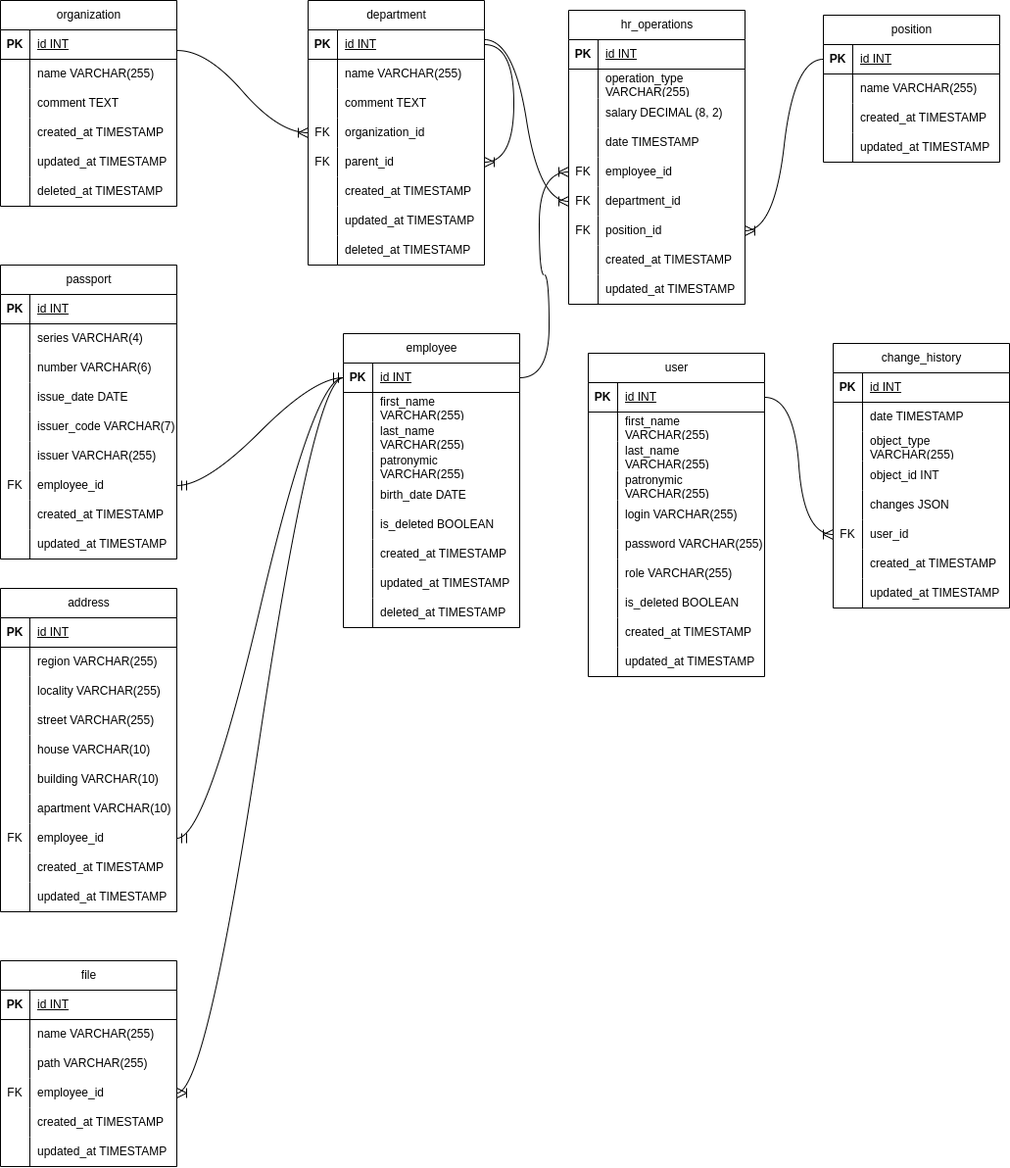
Above: docs/ERD.png in merkit5/areal-hr_ext-test (draw.io), before the change. Source tidied: cells renumbered, new cells last; positions are measured from the earlier drawing's top-left corner, leaving out a move shared by most shapes.
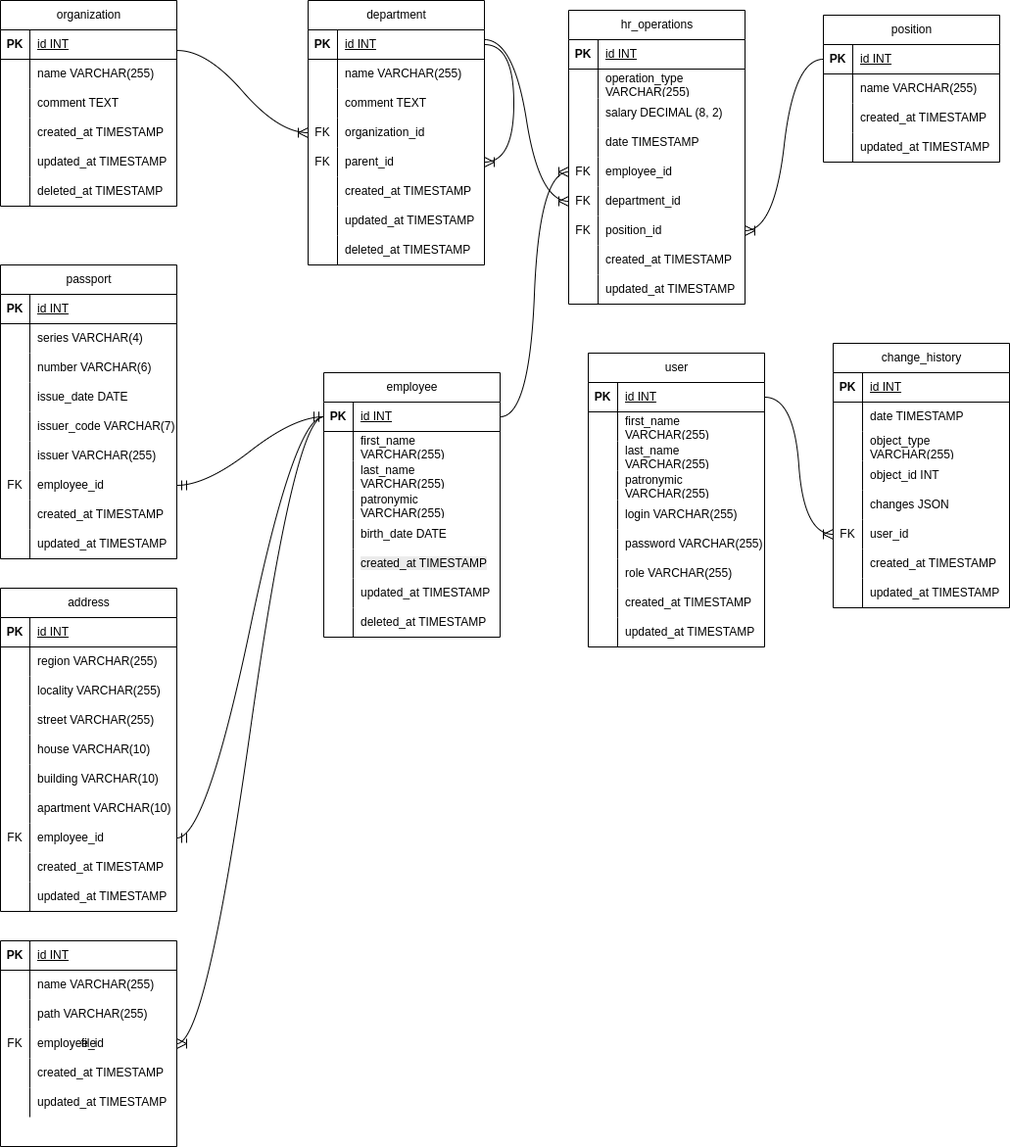
After the change.

The edit, as a diff of the source:
```diff
@@ -276,7 +276,7 @@
       <mxGeometry x="30" width="150" height="30" as="geometry" />
     </mxCell>
     <mxCell id="91" value="&lt;span style=&quot;font-weight: 400; text-wrap-mode: wrap;&quot;&gt;employee&lt;/span&gt;" style="shape=table;startSize=30;rowLines=0;fontStyle=1;align=center;html=1;" parent="1" vertex="1">
-      <mxGeometry x="350" y="650" width="180" height="300" as="geometry" />
+      <mxGeometry x="330" y="690" width="180" height="270" as="geometry" />
     </mxCell>
     <mxCell id="92" style="shape=tableRow;horizontal=0;startSize=0;swimlaneHead=0;swimlaneBody=0;fillColor=none;points=[[0,0.5],[1,0.5]];portConstraint=eastwest;top=0;left=0;right=0;bottom=1;" parent="91" vertex="1">
       <mxGeometry y="30" width="180" height="30" as="geometry" />
@@ -329,7 +329,7 @@
     <mxCell id="108" style="shape=partialRectangle;fillColor=none;top=0;left=0;bottom=0;right=0;overflow=hidden;whiteSpace=wrap;html=1;" parent="107" vertex="1">
       <mxGeometry width="30" height="30" as="geometry" />
     </mxCell>
-    <mxCell id="109" value="is_deleted BOOLEAN" style="shape=partialRectangle;fillColor=none;top=0;left=0;bottom=0;right=0;align=left;spacingLeft=6;overflow=hidden;whiteSpace=wrap;html=1;" parent="107" vertex="1">
+    <mxCell id="109" value="&lt;span style=&quot;color: rgb(0, 0, 0); font-family: Helvetica; font-size: 12px; font-style: normal; font-variant-ligatures: normal; font-variant-caps: normal; font-weight: 400; letter-spacing: normal; orphans: 2; text-align: left; text-indent: 0px; text-transform: none; widows: 2; word-spacing: 0px; -webkit-text-stroke-width: 0px; white-space: normal; background-color: rgb(236, 236, 236); text-decoration-thickness: initial; text-decoration-style: initial; text-decoration-color: initial; display: inline !important; float: none;&quot;&gt;created_at TIMESTAMP&lt;/span&gt;" style="shape=partialRectangle;fillColor=none;top=0;left=0;bottom=0;right=0;align=left;spacingLeft=6;overflow=hidden;whiteSpace=wrap;html=1;" parent="107" vertex="1">
       <mxGeometry x="30" width="150" height="30" as="geometry" />
     </mxCell>
     <mxCell id="110" style="shape=tableRow;horizontal=0;startSize=0;swimlaneHead=0;swimlaneBody=0;fillColor=none;top=0;left=0;right=0;bottom=0;" parent="91" vertex="1">
@@ -338,7 +338,7 @@
     <mxCell id="111" style="shape=partialRectangle;fillColor=none;top=0;left=0;bottom=0;right=0;overflow=hidden;whiteSpace=wrap;html=1;" parent="110" vertex="1">
       <mxGeometry width="30" height="30" as="geometry" />
     </mxCell>
-    <mxCell id="112" value="created_at TIMESTAMP" style="shape=partialRectangle;fillColor=none;top=0;left=0;bottom=0;right=0;align=left;spacingLeft=6;overflow=hidden;whiteSpace=wrap;html=1;" parent="110" vertex="1">
+    <mxCell id="112" value="updated_at TIMESTAMP" style="shape=partialRectangle;fillColor=none;top=0;left=0;bottom=0;right=0;align=left;spacingLeft=6;overflow=hidden;whiteSpace=wrap;html=1;" parent="110" vertex="1">
       <mxGeometry x="30" width="150" height="30" as="geometry" />
     </mxCell>
     <mxCell id="113" style="shape=tableRow;horizontal=0;startSize=0;swimlaneHead=0;swimlaneBody=0;fillColor=none;top=0;left=0;right=0;bottom=0;" parent="91" vertex="1">
@@ -347,18 +347,9 @@
     <mxCell id="114" style="shape=partialRectangle;fillColor=none;top=0;left=0;bottom=0;right=0;overflow=hidden;whiteSpace=wrap;html=1;" parent="113" vertex="1">
       <mxGeometry width="30" height="30" as="geometry" />
     </mxCell>
-    <mxCell id="115" value="updated_at TIMESTAMP" style="shape=partialRectangle;fillColor=none;top=0;left=0;bottom=0;right=0;align=left;spacingLeft=6;overflow=hidden;whiteSpace=wrap;html=1;" parent="113" vertex="1">
+    <mxCell id="115" value="deleted_at TIMESTAMP" style="shape=partialRectangle;fillColor=none;top=0;left=0;bottom=0;right=0;align=left;spacingLeft=6;overflow=hidden;whiteSpace=wrap;html=1;" parent="113" vertex="1">
       <mxGeometry x="30" width="150" height="30" as="geometry" />
     </mxCell>
-    <mxCell id="116" style="shape=tableRow;horizontal=0;startSize=0;swimlaneHead=0;swimlaneBody=0;fillColor=none;top=0;left=0;right=0;bottom=0;" parent="91" vertex="1">
-      <mxGeometry y="270" width="180" height="30" as="geometry" />
-    </mxCell>
-    <mxCell id="117" style="shape=partialRectangle;fillColor=none;top=0;left=0;bottom=0;right=0;overflow=hidden;whiteSpace=wrap;html=1;" parent="116" vertex="1">
-      <mxGeometry width="30" height="30" as="geometry" />
-    </mxCell>
-    <mxCell id="118" value="deleted_at TIMESTAMP" style="shape=partialRectangle;fillColor=none;top=0;left=0;bottom=0;right=0;align=left;spacingLeft=6;overflow=hidden;whiteSpace=wrap;html=1;" parent="116" vertex="1">
-      <mxGeometry x="30" width="150" height="30" as="geometry" />
-    </mxCell>
     <mxCell id="119" style="edgeStyle=entityRelationEdgeStyle;fontSize=12;html=1;endArrow=ERmandOne;startArrow=ERmandOne;rounded=0;startSize=8;endSize=8;curved=1;entryX=0;entryY=0.5;entryDx=0;entryDy=0;exitX=1;exitY=0.5;exitDx=0;exitDy=0;" parent="1" edge="1" source="142" target="92">
       <mxGeometry relative="1" as="geometry" />
     </mxCell>
@@ -548,11 +539,11 @@
     <mxCell id="181" value="updated_at TIMESTAMP" style="shape=partialRectangle;fillColor=none;top=0;left=0;bottom=0;right=0;align=left;spacingLeft=6;overflow=hidden;whiteSpace=wrap;html=1;" parent="179" vertex="1">
       <mxGeometry x="30" width="150" height="30" as="geometry" />
     </mxCell>
-    <mxCell id="182" value="&lt;span style=&quot;font-weight: 400;&quot;&gt;file&lt;/span&gt;" style="shape=table;startSize=30;rowLines=0;fontStyle=1;align=center;html=1;" parent="1" vertex="1">
-      <mxGeometry y="1290" width="180" height="210" as="geometry" />
+    <mxCell id="182" value="&lt;span style=&quot;font-weight: 400;&quot;&gt;file&lt;/span&gt;" style="shape=table;startSize=0;rowLines=0;fontStyle=1;align=center;html=1;" parent="1" vertex="1">
+      <mxGeometry y="1270" width="180" height="210" as="geometry" />
     </mxCell>
     <mxCell id="183" style="shape=tableRow;horizontal=0;startSize=0;swimlaneHead=0;swimlaneBody=0;fillColor=none;top=0;left=0;right=0;bottom=1;" parent="182" vertex="1">
-      <mxGeometry y="30" width="180" height="30" as="geometry" />
+      <mxGeometry width="180" height="30" as="geometry" />
     </mxCell>
     <mxCell id="184" value="PK" style="shape=partialRectangle;fillColor=none;top=0;left=0;bottom=0;right=0;fontStyle=1;overflow=hidden;whiteSpace=wrap;html=1;" parent="183" vertex="1">
       <mxGeometry width="30" height="30" as="geometry" />
@@ -561,7 +552,7 @@
       <mxGeometry x="30" width="150" height="30" as="geometry" />
     </mxCell>
     <mxCell id="186" style="shape=tableRow;horizontal=0;startSize=0;swimlaneHead=0;swimlaneBody=0;fillColor=none;top=0;left=0;right=0;bottom=0;" parent="182" vertex="1">
-      <mxGeometry y="60" width="180" height="30" as="geometry" />
+      <mxGeometry y="30" width="180" height="30" as="geometry" />
     </mxCell>
     <mxCell id="187" style="shape=partialRectangle;fillColor=none;top=0;left=0;bottom=0;right=0;overflow=hidden;whiteSpace=wrap;html=1;" parent="186" vertex="1">
       <mxGeometry width="30" height="30" as="geometry" />
@@ -570,7 +561,7 @@
       <mxGeometry x="30" width="150" height="30" as="geometry" />
     </mxCell>
     <mxCell id="189" style="shape=tableRow;horizontal=0;startSize=0;swimlaneHead=0;swimlaneBody=0;fillColor=none;top=0;left=0;right=0;bottom=0;" parent="182" vertex="1">
-      <mxGeometry y="90" width="180" height="30" as="geometry" />
+      <mxGeometry y="60" width="180" height="30" as="geometry" />
     </mxCell>
     <mxCell id="190" style="shape=partialRectangle;fillColor=none;top=0;left=0;bottom=0;right=0;overflow=hidden;whiteSpace=wrap;html=1;" parent="189" vertex="1">
       <mxGeometry width="30" height="30" as="geometry" />
@@ -579,7 +570,7 @@
       <mxGeometry x="30" width="150" height="30" as="geometry" />
     </mxCell>
     <mxCell id="192" style="shape=tableRow;horizontal=0;startSize=0;swimlaneHead=0;swimlaneBody=0;fillColor=none;points=[[0,0.5],[1,0.5]];portConstraint=eastwest;top=0;left=0;right=0;bottom=0;" parent="182" vertex="1">
-      <mxGeometry y="120" width="180" height="30" as="geometry" />
+      <mxGeometry y="90" width="180" height="30" as="geometry" />
     </mxCell>
     <mxCell id="193" value="FK" style="shape=partialRectangle;fillColor=none;top=0;left=0;bottom=0;right=0;overflow=hidden;whiteSpace=wrap;html=1;" parent="192" vertex="1">
       <mxGeometry width="30" height="30" as="geometry" />
@@ -588,7 +579,7 @@
       <mxGeometry x="30" width="150" height="30" as="geometry" />
     </mxCell>
     <mxCell id="195" style="shape=tableRow;horizontal=0;startSize=0;swimlaneHead=0;swimlaneBody=0;fillColor=none;top=0;left=0;right=0;bottom=0;" parent="182" vertex="1">
-      <mxGeometry y="150" width="180" height="30" as="geometry" />
+      <mxGeometry y="120" width="180" height="30" as="geometry" />
     </mxCell>
     <mxCell id="196" style="shape=partialRectangle;fillColor=none;top=0;left=0;bottom=0;right=0;overflow=hidden;whiteSpace=wrap;html=1;" parent="195" vertex="1">
       <mxGeometry width="30" height="30" as="geometry" />
@@ -597,7 +588,7 @@
       <mxGeometry x="30" width="150" height="30" as="geometry" />
     </mxCell>
     <mxCell id="198" style="shape=tableRow;horizontal=0;startSize=0;swimlaneHead=0;swimlaneBody=0;fillColor=none;top=0;left=0;right=0;bottom=0;" parent="182" vertex="1">
-      <mxGeometry y="180" width="180" height="30" as="geometry" />
+      <mxGeometry y="150" width="180" height="30" as="geometry" />
     </mxCell>
     <mxCell id="199" style="shape=partialRectangle;fillColor=none;top=0;left=0;bottom=0;right=0;overflow=hidden;whiteSpace=wrap;html=1;" parent="198" vertex="1">
       <mxGeometry width="30" height="30" as="geometry" />
@@ -606,7 +597,7 @@
       <mxGeometry x="30" width="150" height="30" as="geometry" />
     </mxCell>
     <mxCell id="201" value="&lt;span style=&quot;font-weight: 400;&quot;&gt;user&lt;/span&gt;" style="shape=table;startSize=30;rowLines=0;fontStyle=1;align=center;html=1;" parent="1" vertex="1">
-      <mxGeometry x="600" y="670" width="180" height="330" as="geometry" />
+      <mxGeometry x="600" y="670" width="180" height="300" as="geometry" />
     </mxCell>
     <mxCell id="202" style="shape=tableRow;horizontal=0;startSize=0;swimlaneHead=0;swimlaneBody=0;fillColor=none;points=[[0,0.5],[1,0.5]];portConstraint=eastwest;top=0;left=0;right=0;bottom=1;" parent="201" vertex="1">
       <mxGeometry y="30" width="180" height="30" as="geometry" />
@@ -671,17 +662,8 @@
     <mxCell id="222" value="role VARCHAR(255)" style="shape=partialRectangle;fillColor=none;top=0;left=0;bottom=0;right=0;align=left;spacingLeft=6;overflow=hidden;whiteSpace=wrap;html=1;" parent="220" vertex="1">
       <mxGeometry x="30" width="150" height="30" as="geometry" />
     </mxCell>
-    <mxCell id="223" style="shape=tableRow;horizontal=0;startSize=0;swimlaneHead=0;swimlaneBody=0;fillColor=none;top=0;left=0;right=0;bottom=0;" parent="201" vertex="1">
-      <mxGeometry y="240" width="180" height="30" as="geometry" />
-    </mxCell>
-    <mxCell id="224" style="shape=partialRectangle;fillColor=none;top=0;left=0;bottom=0;right=0;overflow=hidden;whiteSpace=wrap;html=1;" parent="223" vertex="1">
-      <mxGeometry width="30" height="30" as="geometry" />
-    </mxCell>
-    <mxCell id="225" value="is_deleted BOOLEAN" style="shape=partialRectangle;fillColor=none;top=0;left=0;bottom=0;right=0;align=left;spacingLeft=6;overflow=hidden;whiteSpace=wrap;html=1;" parent="223" vertex="1">
-      <mxGeometry x="30" width="150" height="30" as="geometry" />
-    </mxCell>
     <mxCell id="226" style="shape=tableRow;horizontal=0;startSize=0;swimlaneHead=0;swimlaneBody=0;fillColor=none;top=0;left=0;right=0;bottom=0;" parent="201" vertex="1">
-      <mxGeometry y="270" width="180" height="30" as="geometry" />
+      <mxGeometry y="240" width="180" height="30" as="geometry" />
     </mxCell>
     <mxCell id="227" style="shape=partialRectangle;fillColor=none;top=0;left=0;bottom=0;right=0;overflow=hidden;whiteSpace=wrap;html=1;" parent="226" vertex="1">
       <mxGeometry width="30" height="30" as="geometry" />
@@ -690,7 +672,7 @@
       <mxGeometry x="30" width="150" height="30" as="geometry" />
     </mxCell>
     <mxCell id="229" style="shape=tableRow;horizontal=0;startSize=0;swimlaneHead=0;swimlaneBody=0;fillColor=none;top=0;left=0;right=0;bottom=0;" parent="201" vertex="1">
-      <mxGeometry y="300" width="180" height="30" as="geometry" />
+      <mxGeometry y="270" width="180" height="30" as="geometry" />
     </mxCell>
     <mxCell id="230" style="shape=partialRectangle;fillColor=none;top=0;left=0;bottom=0;right=0;overflow=hidden;whiteSpace=wrap;html=1;" parent="229" vertex="1">
       <mxGeometry width="30" height="30" as="geometry" />
```
